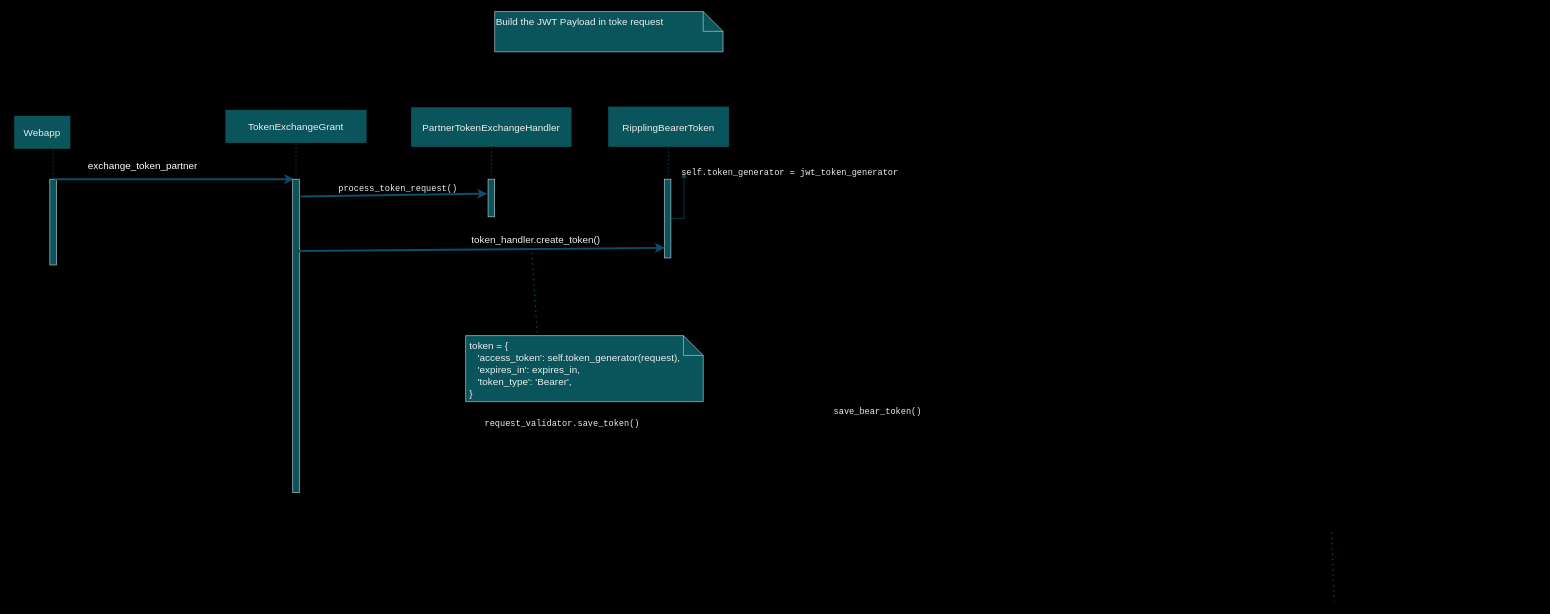
Above: tech_talk_24_10_23.drawio in cxsun123/Spika-Android (draw.io), before the change. Source tidied: cells renumbered, new cells numbered last; positions are measured from the earlier drawing's top-left corner, leaving out a move shared by most shapes. Both pictures are drawn from the tidied source at 66%, with x=0, y=0 at pixel (14, 11).
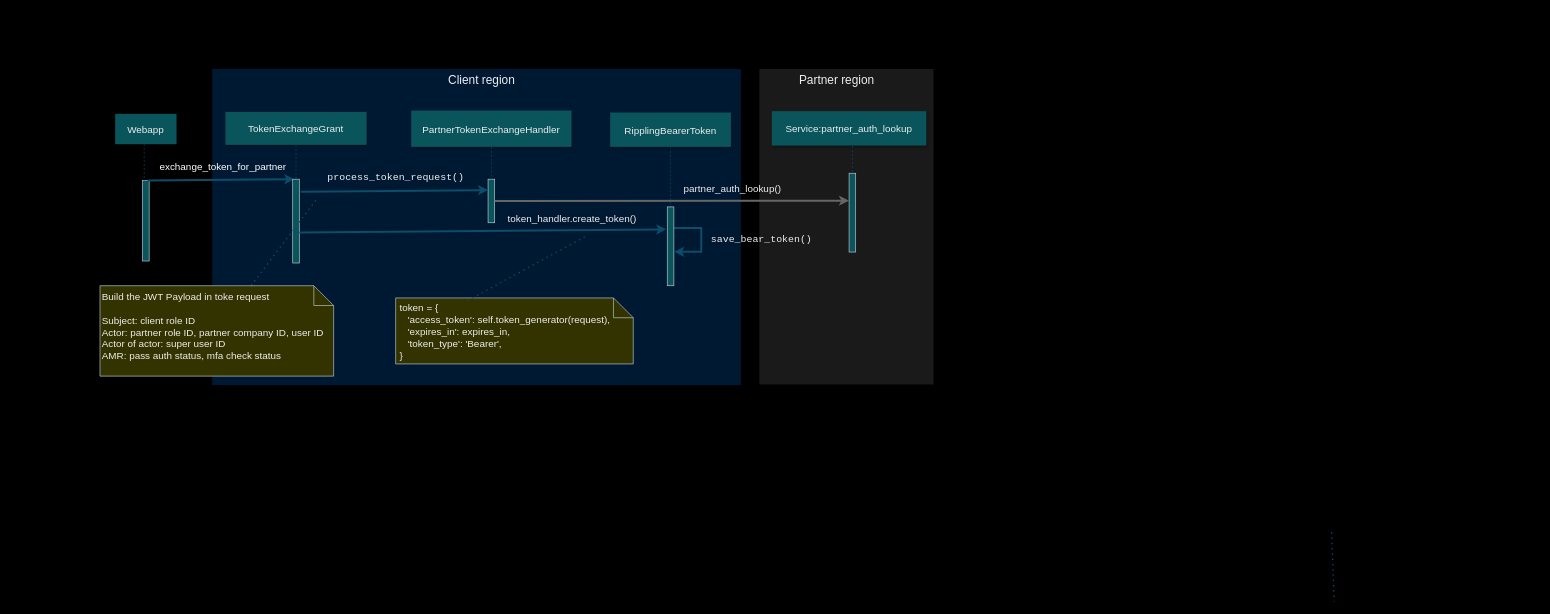
The same page after the edit.

Unchanged cells that the change refers to:
```xml
<mxCell id="9" style="edgeStyle=none;endArrow=none;dashed=1;fontSize=15;exitX=0.5;exitY=1;exitDx=0;exitDy=0;fontColor=default;labelBackgroundColor=none;strokeColor=#0B4D6A;" parent="1" edge="1" source="14" target="18">
  <mxGeometry x="376.6" y="339.7" as="geometry" />
</mxCell>
```

Diff of the diagram source:
```diff
@@
+    <mxCell id="29" style="rounded=0;whiteSpace=wrap;html=1;strokeColor=none;fontColor=#EEEEEE;fillColor=#1A1A1A;align=center;" parent="1" vertex="1">
+      <mxGeometry x="1129" y="87" width="264" height="478" as="geometry" />
+    </mxCell>
+    <mxCell id="30" style="rounded=0;whiteSpace=wrap;html=1;strokeColor=none;fontColor=#EEEEEE;fillColor=#001933;align=center;" parent="1" vertex="1">
+      <mxGeometry x="300" y="87" width="801" height="479" as="geometry" />
+    </mxCell>
     <mxCell id="2" style="fillColor=#09555B;strokeColor=#BAC8D3;fontSize=15;fontColor=#EEEEEE;labelBackgroundColor=none;" parent="1" vertex="1">
-      <mxGeometry x="54" y="254" width="10" height="130" as="geometry" />
+      <mxGeometry x="194.5" y="256" width="10" height="122" as="geometry" />
     </mxCell>
-    <mxCell id="3" value="exchange_token_partner" style="edgeStyle=none;verticalLabelPosition=top;verticalAlign=bottom;labelPosition=left;align=right;fontSize=15;entryX=0.25;entryY=0;entryDx=0;entryDy=0;exitX=0.75;exitY=0;exitDx=0;exitDy=0;fontColor=#FFFFFF;labelBackgroundColor=none;strokeColor=#0B4D6A;strokeWidth=3;" parent="1" edge="1" source="2" target="7">
+    <mxCell id="3" style="edgeStyle=none;verticalLabelPosition=top;verticalAlign=bottom;labelPosition=left;align=right;fontSize=15;entryX=0.25;entryY=0;entryDx=0;entryDy=0;exitX=0.75;exitY=0;exitDx=0;exitDy=0;fontColor=#FFFFFF;labelBackgroundColor=none;strokeColor=#0B4D6A;strokeWidth=3;" parent="1" edge="1" source="2" target="7">
       <mxGeometry as="geometry">
-        <mxPoint x="37" y="-10" as="offset" />
+        <mxPoint x="367" y="495" as="offset" />
       </mxGeometry>
     </mxCell>
     <mxCell id="4" value="Webapp" style="shadow=1;fillColor=#09555B;strokeColor=none;fontSize=15;fontColor=#EEEEEE;labelBackgroundColor=none;" parent="1" vertex="1">
-      <mxGeometry y="158" width="85" height="50" as="geometry" />
+      <mxGeometry x="153" y="155" width="93" height="46" as="geometry" />
     </mxCell>
     <mxCell id="5" value="TokenExchangeGrant" style="shadow=1;fillColor=#09555B;strokeColor=none;fontSize=15;fontColor=#EEEEEE;labelBackgroundColor=none;" parent="1" vertex="1">
-      <mxGeometry x="320" y="149" width="214" height="50" as="geometry" />
+      <mxGeometry x="320" y="152" width="214" height="50" as="geometry" />
     </mxCell>
@@
     <mxCell id="7" style="fillColor=#09555B;strokeColor=#BAC8D3;fontSize=15;fontColor=#EEEEEE;labelBackgroundColor=none;" parent="1" vertex="1">
-      <mxGeometry x="422" y="254" width="10" height="475" as="geometry" />
+      <mxGeometry x="422" y="254" width="10" height="127" as="geometry" />
     </mxCell>
     <mxCell id="8" style="edgeStyle=elbowEdgeStyle;elbow=horizontal;endArrow=none;dashed=1;strokeColor=#0B4D6A;fontSize=15;fontColor=default;labelBackgroundColor=none;" parent="1" edge="1" source="4" target="2">
-      <mxGeometry x="230" y="310" as="geometry" />
+      <mxGeometry x="230" y="310" as="geometry">
+        <Array as="points">
+          <mxPoint x="197" y="216" />
+        </Array>
+      </mxGeometry>
     </mxCell>
@@
+    <mxCell id="31" style="edgeLabel;html=1;align=center;verticalAlign=middle;strokeColor=#BAC8D3;fontColor=#EEEEEE;fillColor=#09555B;" parent="9" vertex="1">
+      <mxGeometry relative="1" as="geometry">
+        <mxPoint x="119" y="16" as="offset" />
+      </mxGeometry>
+    </mxCell>
     <mxCell id="10" style="fillColor=#09555B;strokeColor=#BAC8D3;fontSize=15;fontColor=#EEEEEE;labelBackgroundColor=none;" parent="1" vertex="1">
-      <mxGeometry x="718" y="254" width="10" height="57" as="geometry" />
+      <mxGeometry x="718" y="254" width="10" height="66" as="geometry" />
     </mxCell>
     <mxCell id="11" value="PartnerTokenExchangeHandler" style="shadow=1;fillColor=#09555B;strokeColor=none;fontSize=15;fontColor=#EEEEEE;labelBackgroundColor=none;" parent="1" vertex="1">
-      <mxGeometry x="601.5" y="145" width="243" height="60" as="geometry" />
+      <mxGeometry x="601.5" y="150" width="243" height="55" as="geometry" />
     </mxCell>
@@
-    <mxCell id="13" value="token_handler.create_token()" style="text;align=left;fontSize=15;fontColor=#EEEEEE;labelBackgroundColor=none;" parent="1" vertex="1">
-      <mxGeometry x="691" y="330" width="140" height="29.3" as="geometry" />
-    </mxCell>
     <mxCell id="14" value="RipplingBearerToken" style="shadow=1;fillColor=#09555B;strokeColor=none;fontSize=15;fontColor=#EEEEEE;labelBackgroundColor=none;" parent="1" vertex="1">
-      <mxGeometry x="900" y="144" width="183" height="61" as="geometry" />
+      <mxGeometry x="903" y="153" width="183" height="52" as="geometry" />
     </mxCell>
-    <mxCell id="15" value="&lt;div style=&quot;&quot;&gt;&lt;pre style=&quot;font-family: &amp;quot;JetBrains Mono&amp;quot;, monospace; font-size: 9.8pt;&quot;&gt;&lt;span style=&quot;background-color: rgb(0, 0, 0);&quot;&gt;process_token_request()&lt;/span&gt;&lt;/pre&gt;&lt;/div&gt;" style="text;html=1;align=center;verticalAlign=middle;strokeColor=none;fillColor=none;fontColor=#EEEEEE;labelBackgroundColor=none;" parent="1" vertex="1">
-      <mxGeometry x="481" y="239" width="200" height="60" as="geometry" />
+    <mxCell id="15" value="&lt;div style=&quot;font-size: 15px;&quot;&gt;&lt;pre style=&quot;font-family: &amp;quot;JetBrains Mono&amp;quot;, monospace; font-size: 15px;&quot;&gt;&lt;span style=&quot;font-family: Helvetica; text-align: left; white-space: normal; font-size: 15px;&quot;&gt;partner_auth_lookup()&lt;/span&gt;&lt;br style=&quot;font-size: 15px;&quot;&gt;&lt;/pre&gt;&lt;/div&gt;" style="text;html=1;align=center;verticalAlign=middle;strokeColor=none;fillColor=none;fontColor=#EEEEEE;labelBackgroundColor=none;fontSize=15;" parent="1" vertex="1">
+      <mxGeometry x="1005" y="239" width="166" height="60" as="geometry" />
     </mxCell>
-    <mxCell id="16" style="endArrow=classic;html=1;rounded=0;exitX=1.2;exitY=0.055;exitDx=0;exitDy=0;exitPerimeter=0;entryX=-0.1;entryY=0.386;entryDx=0;entryDy=0;fontColor=default;labelBackgroundColor=none;strokeColor=#0B4D6A;strokeWidth=3;entryPerimeter=0;" parent="1" edge="1" source="7" target="10">
-      <mxGeometry relative="1" as="geometry" />
+    <mxCell id="16" style="endArrow=classic;html=1;rounded=0;entryX=0;entryY=0.25;entryDx=0;entryDy=0;fontColor=default;labelBackgroundColor=none;strokeColor=#0B4D6A;strokeWidth=3;" parent="1" edge="1" target="10">
+      <mxGeometry relative="1" as="geometry">
+        <mxPoint x="434" y="273" as="sourcePoint" />
+      </mxGeometry>
     </mxCell>
-    <mxCell id="17" style="edgeStyle=orthogonalEdgeStyle;rounded=0;jettySize=auto;html=1;strokeColor=#0B4D6A;" parent="1" edge="1" source="18" target="20">
-      <mxGeometry relative="1" as="geometry" />
+    <mxCell id="17" style="edgeStyle=orthogonalEdgeStyle;rounded=0;jettySize=auto;html=1;strokeColor=#0B4D6A;strokeWidth=3;" parent="1" edge="1" source="18">
+      <mxGeometry relative="1" as="geometry">
+        <mxPoint x="1000" y="364" as="targetPoint" />
+        <Array as="points">
+          <mxPoint x="1041" y="328" />
+          <mxPoint x="1041" y="364" />
+        </Array>
+      </mxGeometry>
     </mxCell>
     <mxCell id="18" style="fillColor=#09555B;strokeColor=#BAC8D3;fontSize=15;fontColor=#EEEEEE;labelBackgroundColor=none;" parent="1" vertex="1">
-      <mxGeometry x="985" y="254" width="10" height="119.4" as="geometry" />
+      <mxGeometry x="989.5" y="296" width="10" height="119.4" as="geometry" />
     </mxCell>
-    <mxCell id="19" value=" token = {&#10;    'access_token': self.token_generator(request),&#10;    'expires_in': expires_in,&#10;    'token_type': 'Bearer',&#10; }" style="shape=note;align=left;fontSize=15;verticalAlign=top;fontColor=#EEEEEE;fillColor=#09555B;labelBackgroundColor=none;strokeColor=#BAC8D3;" parent="1" vertex="1">
-      <mxGeometry x="684" y="491" width="360" height="100" as="geometry" />
+    <mxCell id="19" value=" token = {&#10;    'access_token': self.token_generator(request),&#10;    'expires_in': expires_in,&#10;    'token_type': 'Bearer',&#10; }" style="shape=note;align=left;fontSize=15;verticalAlign=top;fontColor=#EEEEEE;fillColor=#333300;labelBackgroundColor=none;strokeColor=#BAC8D3;" parent="1" vertex="1">
+      <mxGeometry x="578" y="433.9" width="360" height="100" as="geometry" />
     </mxCell>
-    <mxCell id="20" value="&lt;div style=&quot;&quot;&gt;&lt;pre style=&quot;font-family: &amp;quot;JetBrains Mono&amp;quot;, monospace; font-size: 9.8pt;&quot;&gt;self.token_generator = jwt_token_generator&lt;/pre&gt;&lt;/div&gt;" style="text;html=1;align=center;verticalAlign=middle;points=[];strokeColor=none;fillColor=none;fontColor=#EEEEEE;labelBackgroundColor=none;" parent="1" vertex="1">
-      <mxGeometry x="1000" y="214" width="350" height="60" as="geometry" />
+    <mxCell id="20" value="&lt;div style=&quot;&quot;&gt;&lt;pre style=&quot;font-family: &amp;quot;JetBrains Mono&amp;quot;, monospace; font-size: 9.8pt;&quot;&gt;&lt;br&gt;&lt;/pre&gt;&lt;/div&gt;" style="text;html=1;align=center;verticalAlign=middle;points=[];strokeColor=none;fillColor=none;fontColor=#EEEEEE;labelBackgroundColor=none;" parent="1" vertex="1">
+      <mxGeometry x="1123" y="219" width="18" height="54" as="geometry" />
     </mxCell>
-    <mxCell id="21" value="&lt;div style=&quot;&quot;&gt;&lt;pre style=&quot;font-family: &amp;quot;JetBrains Mono&amp;quot;, monospace; font-size: 9.8pt;&quot;&gt;request_validator.save_token()&lt;/pre&gt;&lt;/div&gt;" style="text;html=1;align=center;verticalAlign=middle;strokeColor=none;fillColor=none;fontColor=#EEEEEE;labelBackgroundColor=none;" parent="1" vertex="1">
-      <mxGeometry x="700" y="594" width="260" height="60" as="geometry" />
-    </mxCell>
@@
-    <mxCell id="23" style="endArrow=classic;html=1;rounded=0;exitX=0.8;exitY=0.229;exitDx=0;exitDy=0;exitPerimeter=0;fontColor=default;labelBackgroundColor=none;strokeColor=#0B4D6A;strokeWidth=3;entryX=0.1;entryY=0.871;entryDx=0;entryDy=0;entryPerimeter=0;" parent="1" edge="1" source="7" target="18">
-      <mxGeometry relative="1" as="geometry" />
+    <mxCell id="23" style="endArrow=classic;html=1;rounded=0;exitX=0.8;exitY=0.229;exitDx=0;exitDy=0;exitPerimeter=0;fontColor=default;labelBackgroundColor=none;strokeColor=#0B4D6A;strokeWidth=3;entryX=0.1;entryY=0.871;entryDx=0;entryDy=0;entryPerimeter=0;" parent="1" edge="1">
+      <mxGeometry relative="1" as="geometry">
+        <mxPoint x="432" y="334.8" as="sourcePoint" />
+        <mxPoint x="988" y="330" as="targetPoint" />
+      </mxGeometry>
     </mxCell>
     <mxCell id="24" style="endArrow=none;dashed=1;html=1;dashPattern=1 3;strokeWidth=2;rounded=0;exitX=0.303;exitY=0.04;exitDx=0;exitDy=0;exitPerimeter=0;fontColor=default;labelBackgroundColor=none;strokeColor=#0B4D6A;" parent="1" edge="1" source="19">
       <mxGeometry relative="1" as="geometry">
-        <mxPoint x="784" y="362" as="targetPoint" />
+        <mxPoint x="869" y="339" as="targetPoint" />
       </mxGeometry>
     </mxCell>
-    <mxCell id="25" value="&lt;div style=&quot;&quot;&gt;&lt;pre style=&quot;font-family: &amp;quot;JetBrains Mono&amp;quot;, monospace; font-size: 9.8pt;&quot;&gt;&lt;div style=&quot;&quot;&gt;&lt;pre style=&quot;font-family:'JetBrains Mono',monospace;font-size:9.8pt;&quot;&gt;&lt;pre style=&quot;font-size: 9.8pt; font-family: &amp;quot;JetBrains Mono&amp;quot;, monospace;&quot;&gt;save_bear_token()&lt;/pre&gt;&lt;/pre&gt;&lt;/div&gt;&lt;/pre&gt;&lt;/div&gt;" style="text;html=1;align=center;verticalAlign=middle;strokeColor=none;fillColor=none;labelBackgroundColor=none;fontColor=#EEEEEE;" parent="1" vertex="1">
-      <mxGeometry x="1228" y="576" width="160" height="60" as="geometry" />
+    <mxCell id="25" value="&lt;div style=&quot;font-size: 15px;&quot;&gt;&lt;pre style=&quot;font-family: &amp;quot;JetBrains Mono&amp;quot;, monospace; font-size: 15px;&quot;&gt;&lt;div style=&quot;font-size: 15px;&quot;&gt;&lt;pre style=&quot;font-family: &amp;quot;JetBrains Mono&amp;quot;, monospace; font-size: 15px;&quot;&gt;&lt;pre style=&quot;font-size: 15px; font-family: &amp;quot;JetBrains Mono&amp;quot;, monospace;&quot;&gt;save_bear_token()&lt;/pre&gt;&lt;/pre&gt;&lt;/div&gt;&lt;/pre&gt;&lt;/div&gt;" style="text;html=1;align=center;verticalAlign=middle;strokeColor=none;fillColor=none;labelBackgroundColor=none;fontColor=#EEEEEE;fontSize=15;" parent="1" vertex="1">
+      <mxGeometry x="1046" y="316" width="172" height="60" as="geometry" />
     </mxCell>
@@
+    <mxCell id="32" style="endArrow=none;dashed=1;html=1;dashPattern=1 3;strokeWidth=2;rounded=0;fontColor=default;labelBackgroundColor=none;strokeColor=#0B4D6A;" parent="1" edge="1" source="28">
+      <mxGeometry relative="1" as="geometry">
+        <mxPoint x="300" y="430" as="targetPoint" />
+      </mxGeometry>
+    </mxCell>
+    <mxCell id="33" value="Service:partner_auth_lookup" style="shadow=1;fillColor=#09555B;strokeColor=none;fontSize=15;fontColor=#EEEEEE;labelBackgroundColor=none;" parent="1" vertex="1">
+      <mxGeometry x="1148" y="151" width="234" height="52" as="geometry" />
+    </mxCell>
+    <mxCell id="34" value="Client region" style="text;html=1;align=center;verticalAlign=middle;strokeColor=none;fillColor=none;fontColor=#EEEEEE;fontSize=18;" parent="1" vertex="1">
+      <mxGeometry x="648" y="87" width="119" height="34" as="geometry" />
+    </mxCell>
+    <mxCell id="35" value="Partner region" style="text;html=1;align=center;verticalAlign=middle;strokeColor=none;fillColor=none;fontColor=#EEEEEE;fontSize=18;" parent="1" vertex="1">
+      <mxGeometry x="1180" y="88" width="132" height="34" as="geometry" />
+    </mxCell>
+    <mxCell id="36" style="fillColor=#09555B;strokeColor=#BAC8D3;fontSize=15;fontColor=#EEEEEE;labelBackgroundColor=none;" parent="1" vertex="1">
+      <mxGeometry x="1265" y="245" width="10" height="119.4" as="geometry" />
+    </mxCell>
+    <mxCell id="37" style="edgeStyle=none;endArrow=none;dashed=1;fontSize=15;fontColor=default;labelBackgroundColor=none;strokeColor=#0B4D6A;entryX=0.5;entryY=0;entryDx=0;entryDy=0;" parent="1" edge="1" target="36">
+      <mxGeometry x="376.6" y="339.7" as="geometry">
+        <mxPoint x="1270" y="198" as="sourcePoint" />
+      </mxGeometry>
+    </mxCell>
+    <mxCell id="38" style="endArrow=classic;html=1;rounded=0;exitX=1;exitY=0.5;exitDx=0;exitDy=0;fontColor=default;labelBackgroundColor=none;strokeColor=#666666;strokeWidth=3;entryX=0;entryY=0.348;entryDx=0;entryDy=0;entryPerimeter=0;" parent="1" edge="1" source="10" target="36">
+      <mxGeometry relative="1" as="geometry" />
+    </mxCell>
+    <mxCell id="39" value="&lt;div style=&quot;font-size: 15px;&quot;&gt;&lt;pre style=&quot;font-family: &amp;quot;JetBrains Mono&amp;quot;, monospace; font-size: 15px;&quot;&gt;&lt;span style=&quot;color: rgb(255, 255, 255); font-family: Helvetica; text-align: right; white-space-collapse: collapse; font-size: 15px;&quot;&gt;exchange_token_for_partner&lt;/span&gt;&lt;br style=&quot;font-size: 15px;&quot;&gt;&lt;/pre&gt;&lt;/div&gt;" style="text;html=1;align=center;verticalAlign=middle;strokeColor=none;fillColor=none;fontColor=#EEEEEE;labelBackgroundColor=none;fontSize=15;" parent="1" vertex="1">
+      <mxGeometry x="211" y="205" width="210" height="60" as="geometry" />
+    </mxCell>
+    <mxCell id="13" value="&lt;div style=&quot;font-size: 15px;&quot;&gt;&lt;pre style=&quot;font-family: &amp;quot;JetBrains Mono&amp;quot;, monospace; font-size: 15px;&quot;&gt;&lt;span style=&quot;font-family: Helvetica; text-align: left; white-space-collapse: collapse; font-size: 15px;&quot;&gt;token_handler.create_token()&lt;/span&gt;&lt;br style=&quot;font-size: 15px;&quot;&gt;&lt;/pre&gt;&lt;/div&gt;" style="text;html=1;align=center;verticalAlign=middle;strokeColor=none;fillColor=none;fontColor=#EEEEEE;labelBackgroundColor=none;fontSize=15;" parent="1" vertex="1">
+      <mxGeometry x="738" y="284" width="213" height="60" as="geometry" />
+    </mxCell>
+    <mxCell id="40" value="&lt;div style=&quot;font-size: 15px;&quot;&gt;&lt;pre style=&quot;font-family: &amp;quot;JetBrains Mono&amp;quot;, monospace; font-size: 15px;&quot;&gt;&lt;span style=&quot;font-size: 15px;&quot;&gt;process_token_request()&lt;/span&gt;&lt;/pre&gt;&lt;/div&gt;" style="text;html=1;align=center;verticalAlign=middle;strokeColor=none;fillColor=none;fontColor=#EEEEEE;labelBackgroundColor=none;fontSize=15;" parent="1" vertex="1">
+      <mxGeometry x="465" y="221" width="226" height="60" as="geometry" />
+    </mxCell>
+    <mxCell id="41" style="endArrow=none;dashed=1;html=1;dashPattern=1 3;strokeWidth=2;rounded=0;fontColor=default;labelBackgroundColor=none;strokeColor=#0B4D6A;" parent="1" edge="1" target="28">
+      <mxGeometry relative="1" as="geometry">
+        <mxPoint x="457" y="286" as="sourcePoint" />
+      </mxGeometry>
+    </mxCell>
-    <mxCell id="28" value="Build the JWT Payload in toke request" style="shape=note;align=left;fontSize=15;verticalAlign=top;fontColor=#EEEEEE;fillColor=#09555B;labelBackgroundColor=none;strokeColor=#BAC8D3;" parent="1" vertex="1">
-      <mxGeometry x="728" width="346" height="61" as="geometry" />
+    <mxCell id="28" value="Build the JWT Payload in toke request&#10;&#10;Subject: client role ID&#10;Actor: partner role ID, partner company ID, user ID&#10;Actor of actor: super user ID&#10;AMR: pass auth status, mfa check status" style="shape=note;align=left;fontSize=15;verticalAlign=top;fontColor=#EEEEEE;fillColor=#333300;labelBackgroundColor=none;strokeColor=#BAC8D3;spacing=3;" parent="1" vertex="1">
+      <mxGeometry x="130" y="415.4" width="354" height="137" as="geometry" />
     </mxCell>
```
